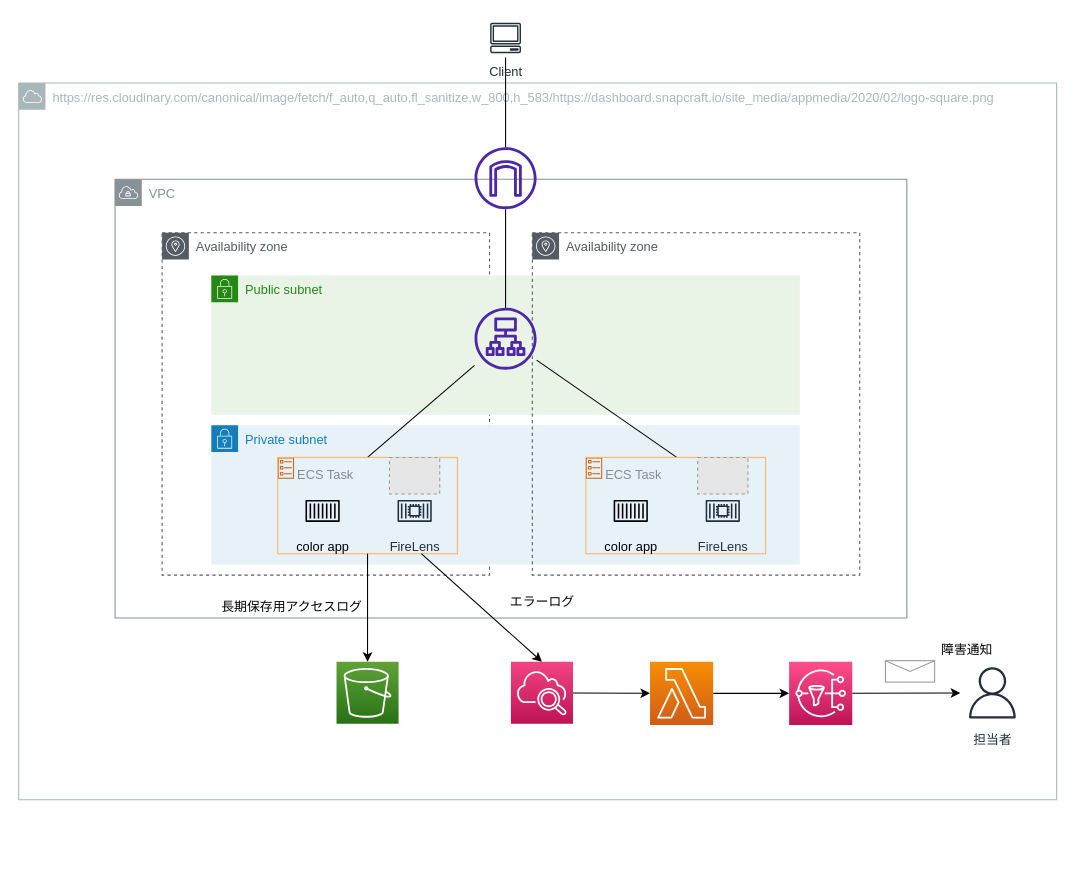
The draw.io diagram ecs_cloudwatch_logs/system_archi.drawio in bun913/aws_network_practice, before the edit. Source tidied: cells renumbered, new cells numbered last; positions are measured from the earlier drawing's top-left corner, leaving out a move shared by most shapes. Both pictures are drawn from the tidied source at 107%, with x=0, y=0 at pixel (18, 18). Pictures stored in the file or linked from it are replaced by grey dashed boxes.
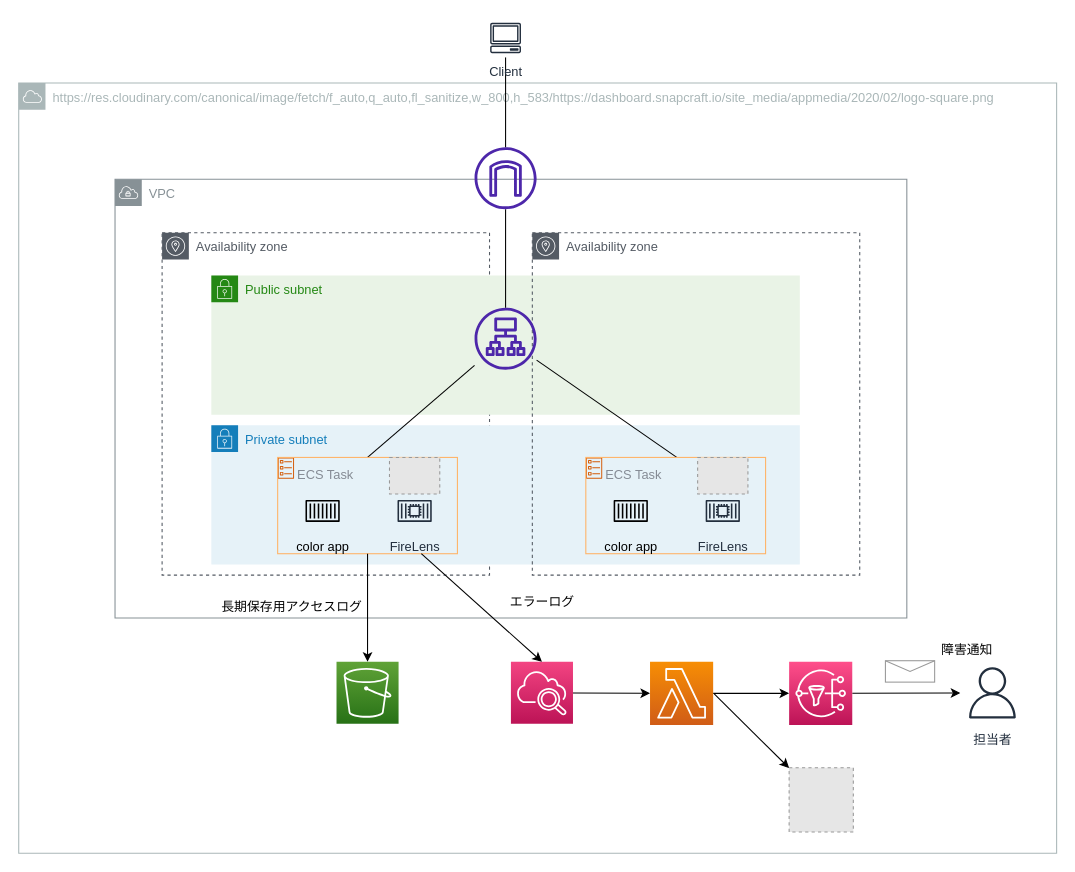
After the change.

Commit message (it also covers changes not shown here):
chore: READMEの構成図などを変更

Change to the diagram source:
```diff
@@
     <mxCell id="4" value="https://res.cloudinary.com/canonical/image/fetch/f_auto,q_auto,fl_sanitize,w_800,h_583/https://dashboard.snapcraft.io/site_media/appmedia/2020/02/logo-square.png" style="sketch=0;gradientColor=none;html=1;whiteSpace=wrap;fontSize=12;fontStyle=0;shape=mxgraph.aws4.group;grIcon=mxgraph.aws4.group_aws_cloud;strokeColor=#AAB7B8;fillColor=none;verticalAlign=top;align=left;spacingLeft=30;fontColor=#AAB7B8;dashed=0;" parent="1" vertex="1">
-      <mxGeometry y="60" width="970" height="670" as="geometry" />
+      <mxGeometry y="60" width="970" height="720" as="geometry" />
     </mxCell>
@@
+    <mxCell id="46" style="edgeStyle=none;html=1;" parent="1" edge="1" target="47">
+      <mxGeometry relative="1" as="geometry">
+        <mxPoint x="650" y="631" as="sourcePoint" />
+      </mxGeometry>
+    </mxCell>
@@
+    <mxCell id="47" style="fillColor=#E6E6E6;strokeColor=#999999;dashed=1;verticalLabelPosition=bottom;verticalAlign=top;" parent="1" vertex="1">
+      <mxGeometry x="720" y="700" width="60" height="60" as="geometry" />
+    </mxCell>
```
